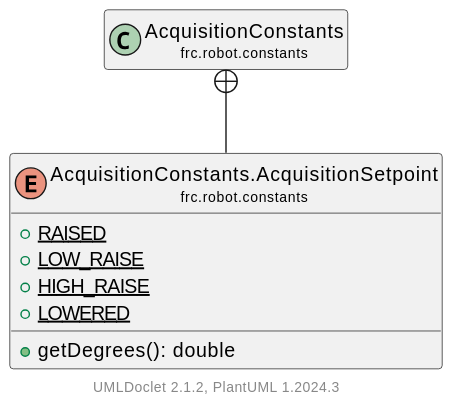
Above: docs/uml/frc/robot/constants/AcquisitionConstants.AcquisitionSetpoint.svg in LakotaRobotics1038/2026RobotProject (PlantUML), before the change. Its diagram source:
```plantuml
@startuml
    set namespaceSeparator none
    hide empty fields
    hide empty methods

    enum "<size:14>AcquisitionConstants.AcquisitionSetpoint\n<size:10>frc.robot.constants" as frc.robot.constants.AcquisitionConstants.AcquisitionSetpoint [[AcquisitionConstants.AcquisitionSetpoint.html]] {
        {static} +RAISED
        {static} +LOW_RAISE
        {static} +HIGH_RAISE
        {static} +LOWERED
        +getDegrees(): double
    }

    class "<size:14>AcquisitionConstants\n<size:10>frc.robot.constants" as frc.robot.constants.AcquisitionConstants [[AcquisitionConstants.html]]

    frc.robot.constants.AcquisitionConstants +-- frc.robot.constants.AcquisitionConstants.AcquisitionSetpoint
    center footer UMLDoclet 2.1.2, PlantUML %version()
@enduml
```
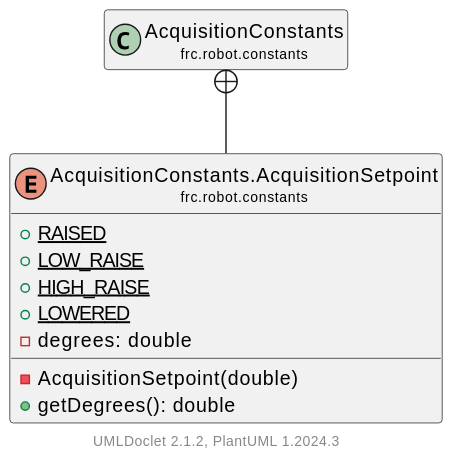
The same file after the commit.

Change to the diagram source:
```diff
@@ -8,6 +8,8 @@
         {static} +LOW_RAISE
         {static} +HIGH_RAISE
         {static} +LOWERED
+        -degrees: double
+        -AcquisitionSetpoint(double)
         +getDegrees(): double
     }
 
```
